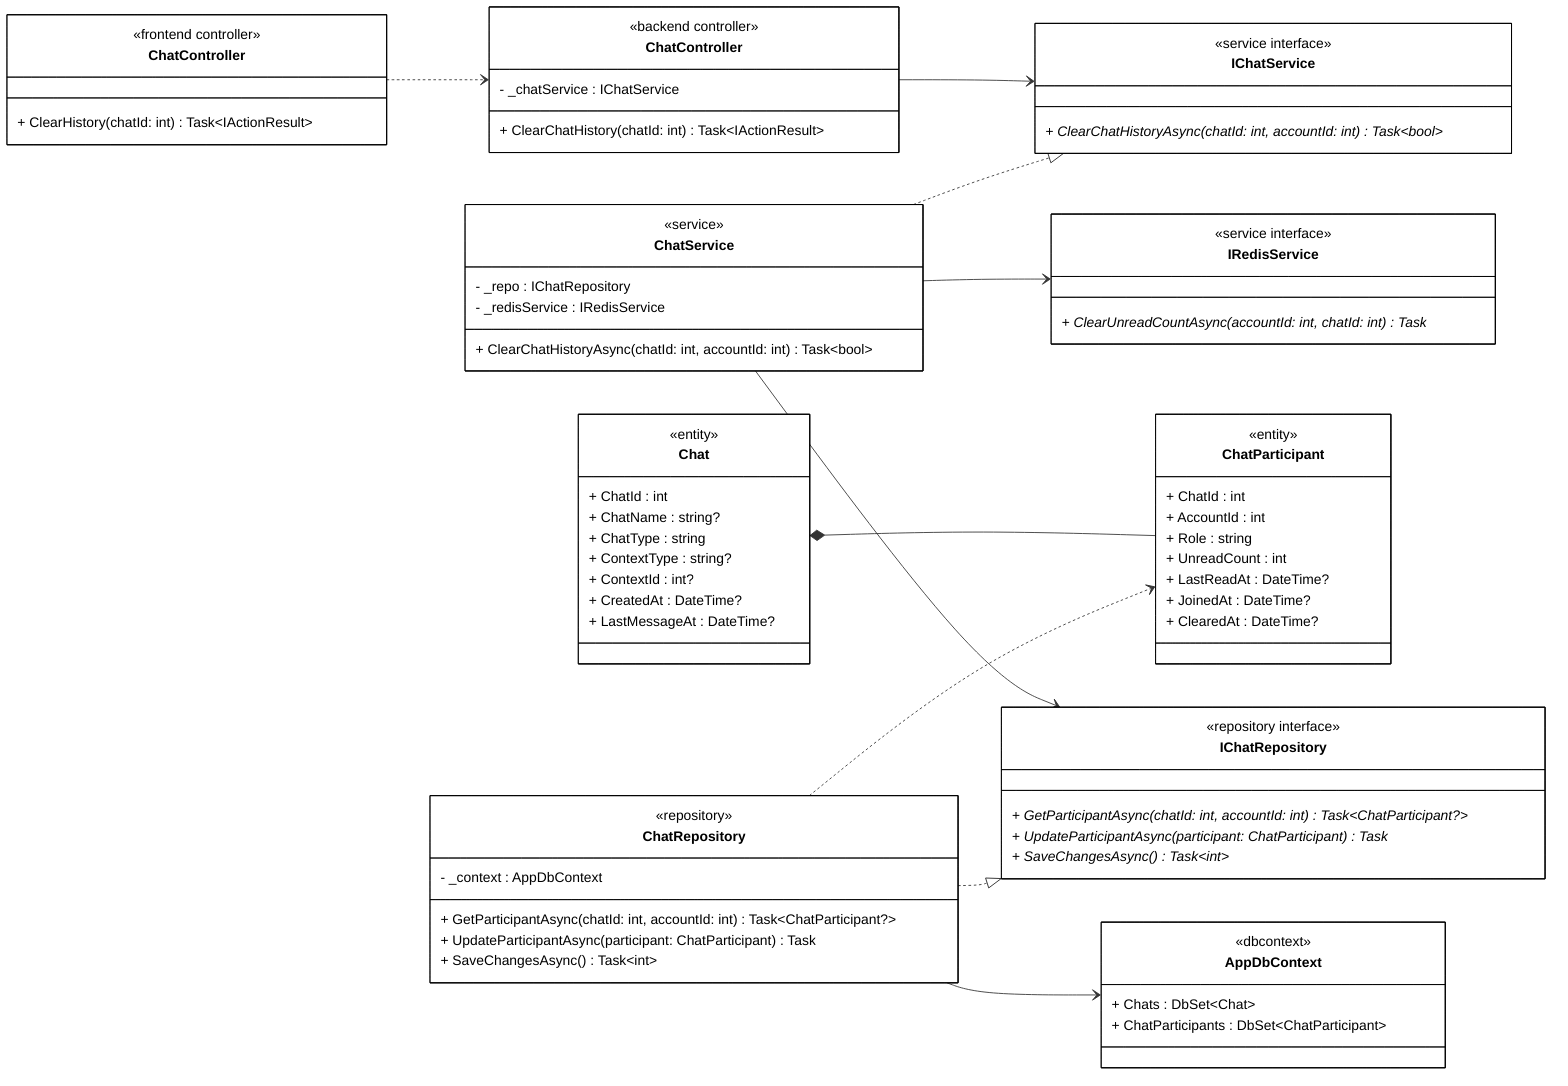
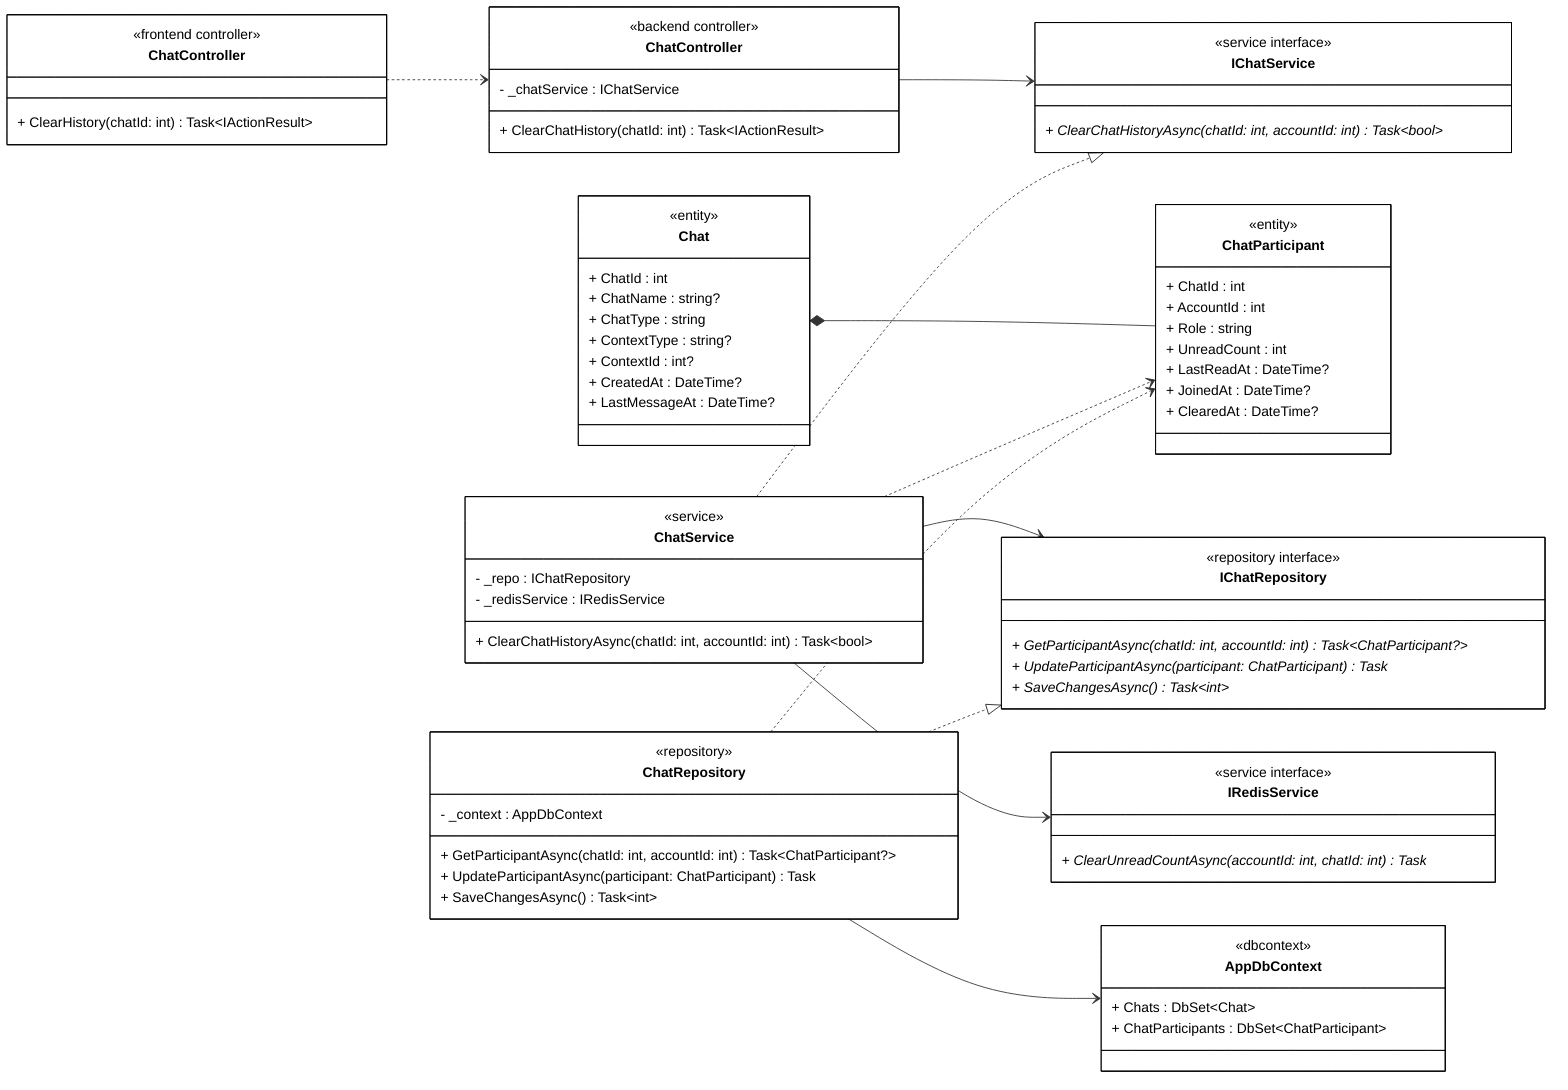
classDiagram
direction LR

%% ==================== FRONTEND ====================

class FrontendController["ChatController"] {
    <<frontend controller>>
    + ClearHistory(chatId: int) Task~IActionResult~
}

%% ==================== BACKEND - CONTROLLER ====================

class BackendController["ChatController"] {
    <<backend controller>>
    - _chatService : IChatService
    + ClearChatHistory(chatId: int) Task~IActionResult~
}

%% ==================== BACKEND - DOMAIN ENTITIES ====================

class Chat {
    <<entity>>
    + ChatId : int
    + ChatName : string?
    + ChatType : string
    + ContextType : string?
    + ContextId : int?
    + CreatedAt : DateTime?
    + LastMessageAt : DateTime?
}

class ChatParticipant {
    <<entity>>
    + ChatId : int
    + AccountId : int
    + Role : string
    + UnreadCount : int
    + LastReadAt : DateTime?
    + JoinedAt : DateTime?
    + ClearedAt : DateTime?
}

%% ==================== BACKEND - SERVICE INTERFACES ====================

class IChatService {
    <<service interface>>
    + ClearChatHistoryAsync(chatId: int, accountId: int) Task~bool~ *
}

class IRedisService {
    <<service interface>>
    + ClearUnreadCountAsync(accountId: int, chatId: int) Task *
}

%% ==================== BACKEND - REPOSITORY INTERFACES ====================

class IChatRepository {
    <<repository interface>>
    + GetParticipantAsync(chatId: int, accountId: int) Task~ChatParticipant?~ *
    + UpdateParticipantAsync(participant: ChatParticipant) Task *
    + SaveChangesAsync() Task~int~ *
}

%% ==================== BACKEND - SERVICE IMPLEMENTATION ====================

class ChatService {
    <<service>>
    - _repo : IChatRepository
    - _redisService : IRedisService
    + ClearChatHistoryAsync(chatId: int, accountId: int) Task~bool~
}

%% ==================== BACKEND - REPOSITORY IMPLEMENTATION ====================

class ChatRepository {
    <<repository>>
    - _context : AppDbContext
    + GetParticipantAsync(chatId: int, accountId: int) Task~ChatParticipant?~
    + UpdateParticipantAsync(participant: ChatParticipant) Task
    + SaveChangesAsync() Task~int~
}

%% ==================== BACKEND - DbContext ====================

class AppDbContext {
    <<dbcontext>>
    + Chats : DbSet~Chat~
    + ChatParticipants : DbSet~ChatParticipant~
}

%% ==================== RELATIONSHIPS ====================

%% === COMPOSITION (filled diamond) ===
Chat *-- ChatParticipant

%% === UNIDIRECTIONAL ASSOCIATION (solid arrow) ===
BackendController --> IChatService
ChatService --> IChatRepository
ChatService --> IRedisService
ChatRepository --> AppDbContext

%% === INTERFACE REALIZATION ===
ChatService ..|> IChatService
ChatRepository ..|> IChatRepository

%% === DEPENDENCY (dashed arrows) ===
FrontendController ..> BackendController
+ ChatService ..> ChatParticipant
ChatRepository ..> ChatParticipant

%% ==================== STYLES ====================

classDef default fill:#FFFFFF,stroke:#000000,stroke-width:1px,color:#000000
